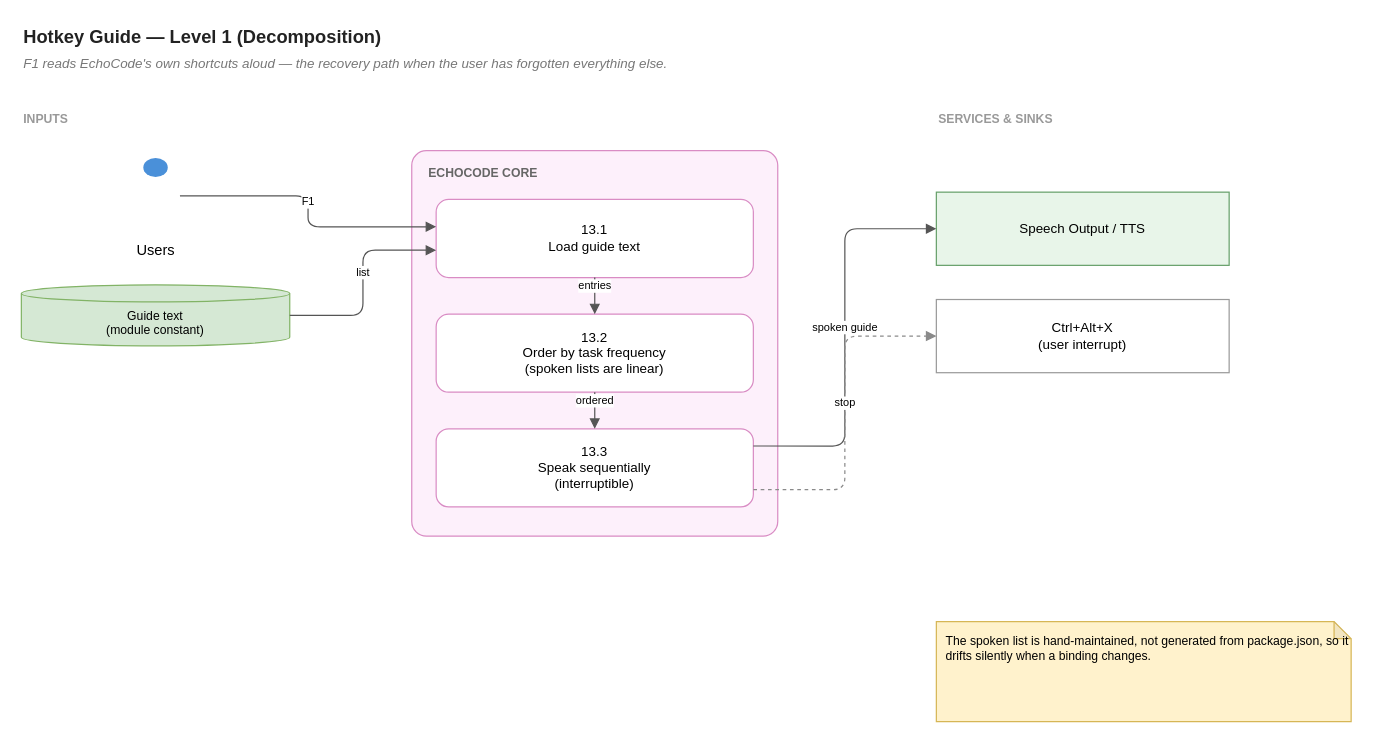
hpcclab/EchoCode keeps this draw.io diagram as page "Level 1 — Decomposition" (2 of 2) of wiki/diagrams/13-hotkey-guide.drawio. Above is the earlier version. Source tidied: cells renumbered, new cells numbered last; positions are measured from the earlier drawing's top-left corner, leaving out a move shared by most shapes. Both pictures are drawn from the tidied source at 122%, with x=0, y=0 at pixel (21, 21).
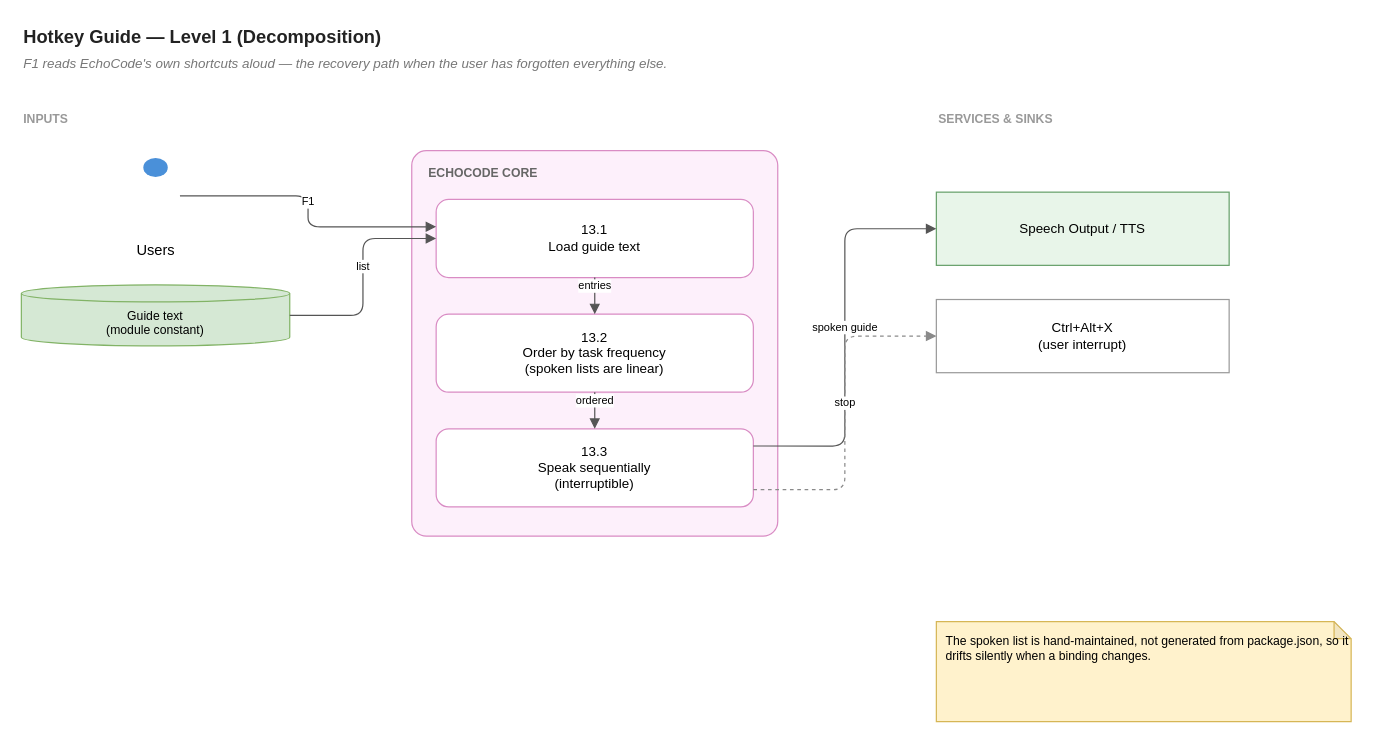
The same page after the edit.

Unchanged cells that the change refers to:
```xml
<mxCell id="7" value="13.1&#10;Load guide text" style="rounded=1;whiteSpace=wrap;html=1;fillColor=#ffffff;strokeColor=#d98cc4;fontSize=11;arcSize=16;" parent="6" vertex="1">
  <mxGeometry x="20" y="40" width="260" height="64" as="geometry" />
</mxCell>
<mxCell id="11" value="Guide text&#10;(module constant)" style="shape=cylinder3;boundedLbl=1;backgroundOutline=1;size=7;whiteSpace=wrap;html=1;fillColor=#d5e8d4;strokeColor=#82b366;fontSize=10;" parent="1" vertex="1">
  <mxGeometry y="216" width="220" height="50" as="geometry" />
</mxCell>
```

The edit, as a diff of the source:
```diff
@@
-    <mxCell id="15" value="list" style="edgeStyle=orthogonalEdgeStyle;rounded=1;html=1;endArrow=block;endFill=1;jettySize=auto;jumpStyle=arc;jumpSize=6;fontSize=9;labelBackgroundColor=#ffffff;verticalAlign=bottom;strokeColor=#555555;exitX=1;exitY=0.5;exitDx=0;exitDy=0;entryX=0;entryY=0.65;entryDx=0;entryDy=0;" parent="1" edge="1" source="11" target="7">
+    <mxCell id="15" value="list" style="edgeStyle=orthogonalEdgeStyle;rounded=1;html=1;endArrow=block;endFill=1;jettySize=auto;jumpStyle=arc;jumpSize=6;fontSize=9;labelBackgroundColor=#ffffff;verticalAlign=bottom;strokeColor=#555555;exitX=1;exitY=0.5;exitDx=0;exitDy=0;entryX=0;entryY=0.5;entryDx=0;entryDy=0;" parent="1" edge="1" source="11" target="7">
       <mxGeometry relative="1" as="geometry" />
     </mxCell>
```
